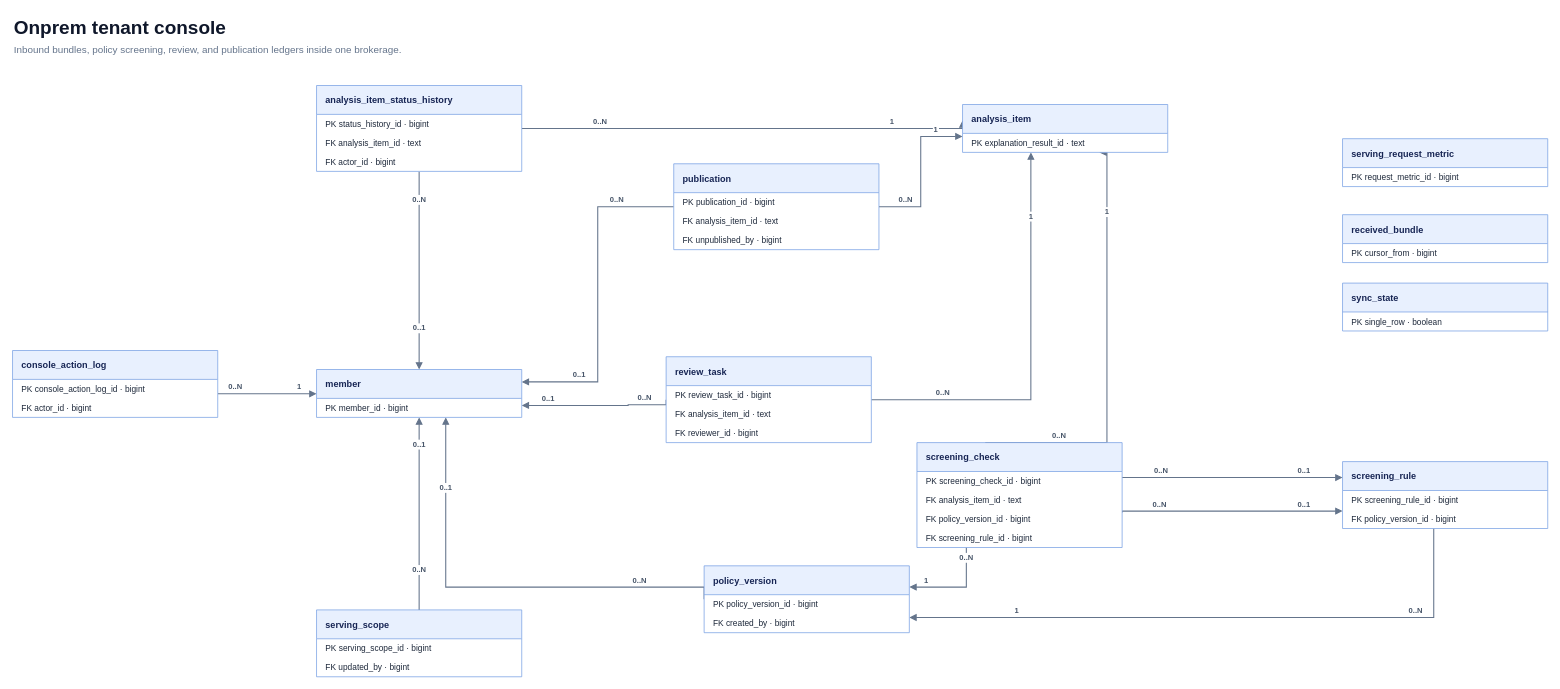
This is docs/data-model/onprem/erd.drawio from alphaeveryday/edge, a draw.io file, before an edit. Source tidied: cells renumbered, new cells numbered last; positions are measured from the earlier drawing's top-left corner, leaving out a move shared by most shapes. Both pictures are drawn from the tidied source at 76%, with x=0, y=0 at pixel (12, 12).
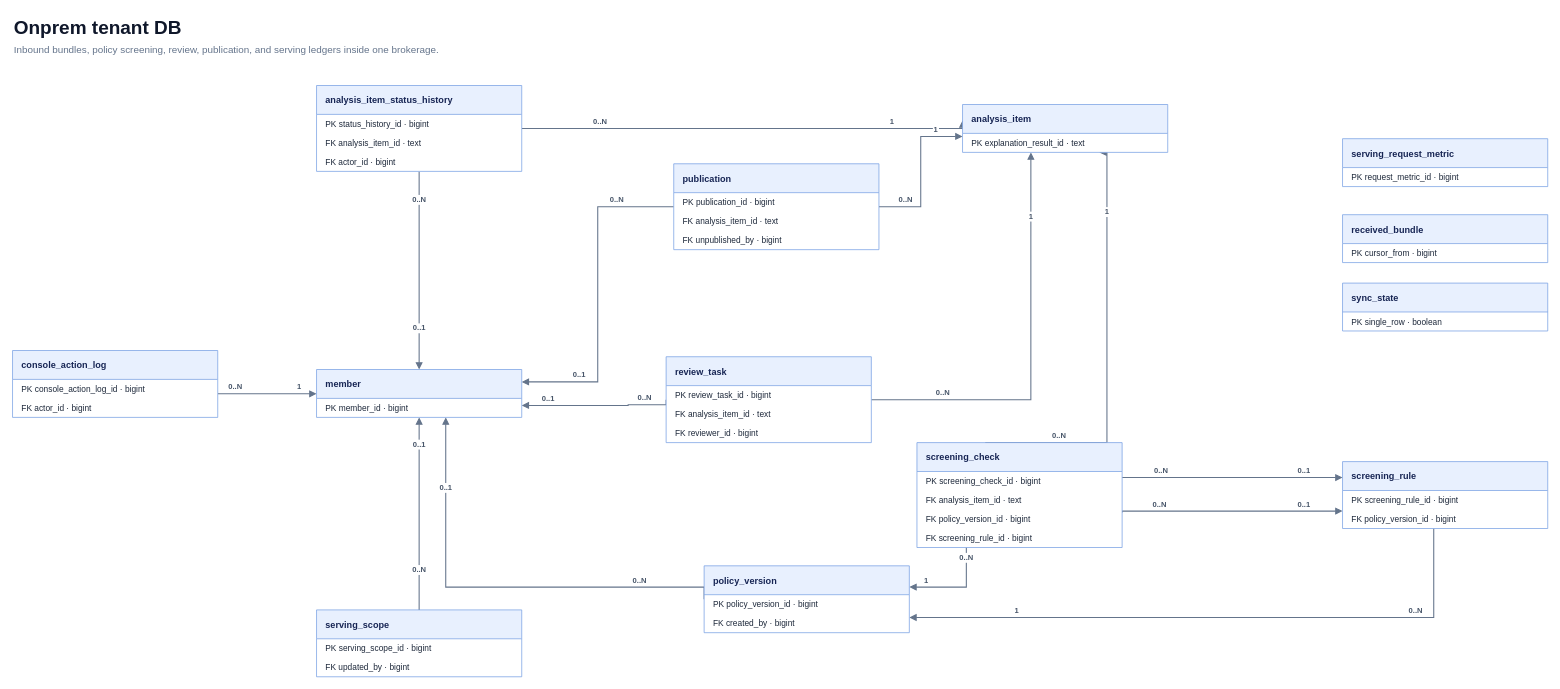
The same page after the edit.

Commit message (it also covers changes not shown here):
docs(schema): 그림 규약을 검증기로 옮기고 온프렘 ERD 호칭을 바로잡는다 (#823)

Change to the diagram source:
```diff
@@
-    <mxCell id="2" value="Onprem tenant console" style="text;html=0;strokeColor=none;fillColor=none;align=left;verticalAlign=middle;fontColor=#0f172a;fontSize=25;fontStyle=1;" parent="1" vertex="1">
+    <mxCell id="2" value="Onprem tenant DB" style="text;html=0;strokeColor=none;fillColor=none;align=left;verticalAlign=middle;fontColor=#0f172a;fontSize=25;fontStyle=1;" parent="1" vertex="1">
       <mxGeometry width="900" height="34" as="geometry" />
     </mxCell>
-    <mxCell id="3" value="Inbound bundles, policy screening, review, and publication ledgers inside one brokerage." style="text;html=0;strokeColor=none;fillColor=none;align=left;verticalAlign=middle;fontColor=#64748b;fontSize=13;" parent="1" vertex="1">
+    <mxCell id="3" value="Inbound bundles, policy screening, review, publication, and serving ledgers inside one brokerage." style="text;html=0;strokeColor=none;fillColor=none;align=left;verticalAlign=middle;fontColor=#64748b;fontSize=13;" parent="1" vertex="1">
       <mxGeometry y="38" width="900" height="20" as="geometry" />
     </mxCell>
```
